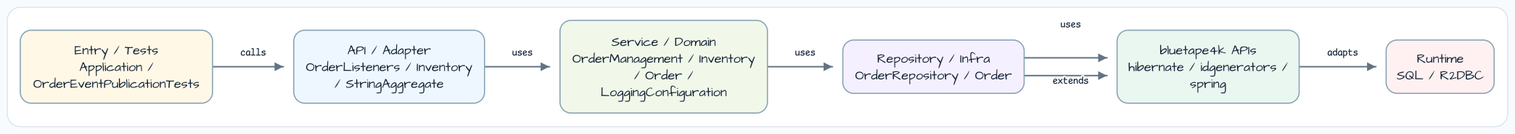
bluetape4k/bluetape4k-workshop keeps this Graphviz diagram as docs/images/readme-diagrams/spring-modulith-events-deep-dive-readme-architecture-01.png. Above is the earlier version. Its source is kept beside it as docs/images/readme-diagrams/spring-modulith-events-deep-dive-readme-architecture-01.dot. Source of this version:
```dot
digraph G {
  graph [
    rankdir=LR,
    bgcolor="white",
    pad="0.35",
    nodesep="0.55",
    ranksep="0.75",
    splines=ortho,
    outputorder=edgesfirst
  ];
  node [
    shape=box,
    style="rounded,filled",
    penwidth=1.4,
    color="#88A3B5",
    fillcolor="#F6FAFF",
    fontname="Architects Daughter",
    fontsize=14,
    margin="0.14,0.10"
  ];
  edge [
    color="#637383",
    arrowsize=0.8,
    penwidth=1.5,
    fontname="Comic Mono",
    fontsize=11
  ];

  entry [label="Entry / Tests\nApplication /\nOrderEventPublicationTests", fillcolor="#FFF8E7"];
  api [label="API / Adapter\nOrderListeners / Inventory\n/ StringAggregate", fillcolor="#EEF7FF"];
  service [label="Service / Domain\nOrderManagement / Inventory\n/ Order /\nLoggingConfiguration", fillcolor="#F1F8E9"];
  infra [label="Repository / Infra\nOrderRepository / Order", fillcolor="#F5F0FF"];
  bt [label="bluetape4k APIs\nhibernate / idgenerators /\nspring", fillcolor="#EAF7F0"];
  runtime [label="Runtime\nSQL / R2DBC", fillcolor="#FFF1F1"];

  entry -> api [label="calls"];
  api -> service [label="uses"];
  service -> infra [label="uses"];
  infra -> bt [label="uses"];
  infra -> bt [label="extends"];
  bt -> runtime [label="adapts"];
}
```
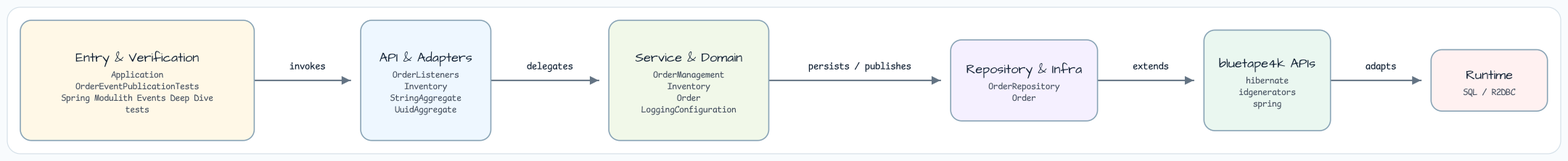
After the change.

The edit, as a diff of the source:
```diff
@@ -3,8 +3,8 @@
     rankdir=LR,
     bgcolor="white",
     pad="0.35",
-    nodesep="0.55",
-    ranksep="0.75",
+    nodesep="0.70",
+    ranksep="0.95",
     splines=ortho,
     outputorder=edgesfirst
   ];
@@ -16,7 +16,7 @@
     fillcolor="#F6FAFF",
     fontname="Architects Daughter",
     fontsize=14,
-    margin="0.14,0.10"
+    margin="0.20,0.16"
   ];
   edge [
     color="#637383",
@@ -26,17 +26,16 @@
     fontsize=11
   ];
 
-  entry [label="Entry / Tests\nApplication /\nOrderEventPublicationTests", fillcolor="#FFF8E7"];
-  api [label="API / Adapter\nOrderListeners / Inventory\n/ StringAggregate", fillcolor="#EEF7FF"];
-  service [label="Service / Domain\nOrderManagement / Inventory\n/ Order /\nLoggingConfiguration", fillcolor="#F1F8E9"];
-  infra [label="Repository / Infra\nOrderRepository / Order", fillcolor="#F5F0FF"];
-  bt [label="bluetape4k APIs\nhibernate / idgenerators /\nspring", fillcolor="#EAF7F0"];
+  entry [label="Entry & Verification\nApplication\nOrderEventPublicationTests\nSpring Modulith Events Deep Dive\ntests", fillcolor="#FFF8E7"];
+  api [label="API & Adapters\nOrderListeners\nInventory\nStringAggregate\nUuidAggregate", fillcolor="#EEF7FF"];
+  service [label="Service & Domain\nOrderManagement\nInventory\nOrder\nLoggingConfiguration", fillcolor="#F1F8E9"];
+  infra [label="Repository & Infra\nOrderRepository\nOrder", fillcolor="#F5F0FF"];
+  bt [label="bluetape4k APIs\nhibernate\nidgenerators\nspring", fillcolor="#EAF7F0"];
   runtime [label="Runtime\nSQL / R2DBC", fillcolor="#FFF1F1"];
 
-  entry -> api [label="calls"];
-  api -> service [label="uses"];
-  service -> infra [label="uses"];
-  infra -> bt [label="uses"];
+  entry -> api [label="invokes"];
+  api -> service [label="delegates"];
+  service -> infra [label="persists / publishes"];
   infra -> bt [label="extends"];
   bt -> runtime [label="adapts"];
 }
```
